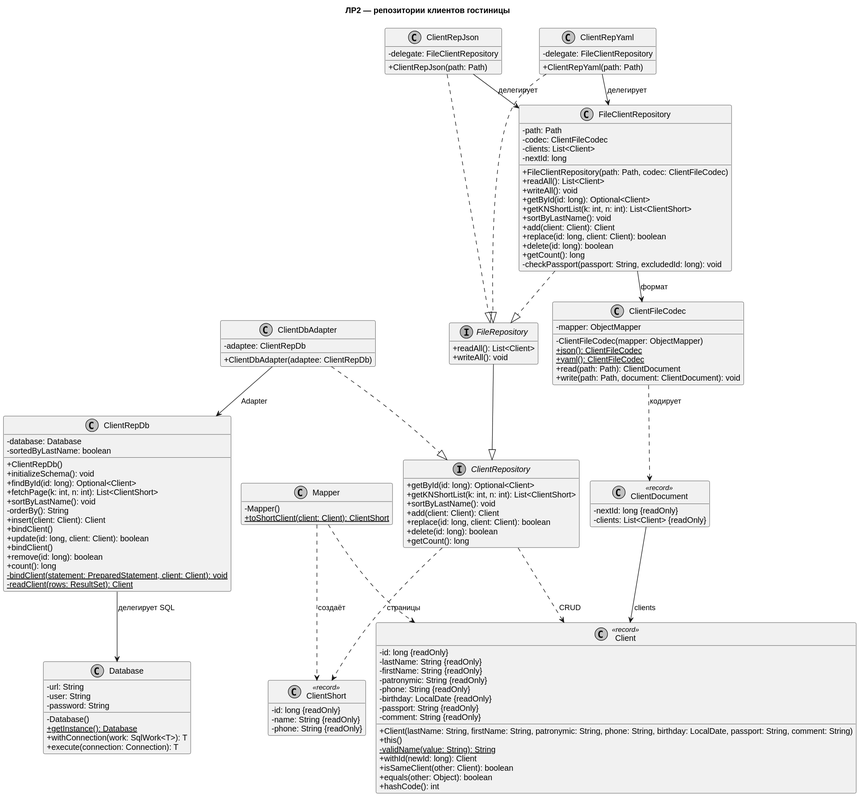
Above: лаб2/docs/class-diagram.svg in enteryourworld/information-system-design (PlantUML), before the change.
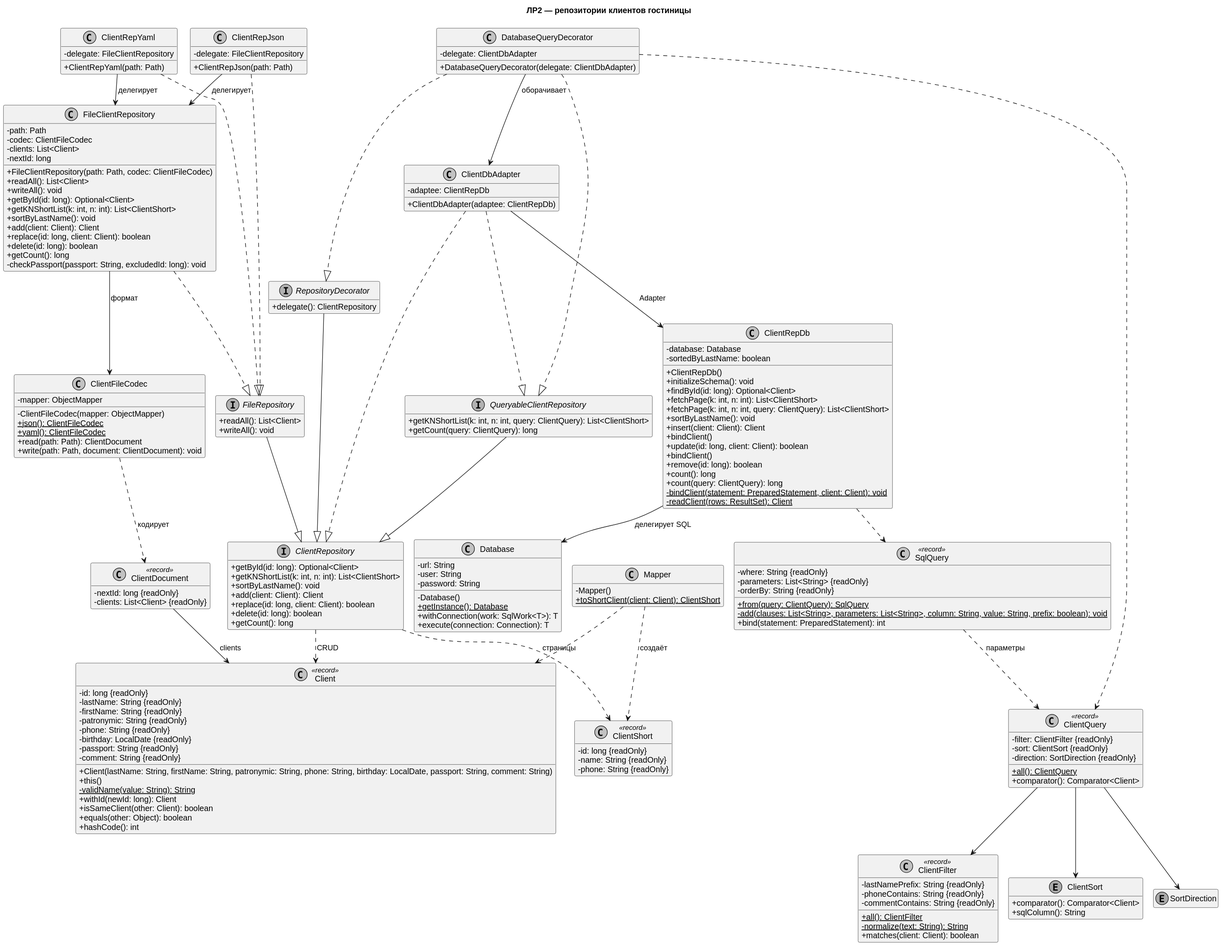
Above is the later version.

Diff of the diagram source:
```diff
@@ -44,6 +44,23 @@
   + write(path: Path, document: ClientDocument): void
 }
 
+class ClientFilter <<record>> {
+  - lastNamePrefix: String {readOnly}
+  - phoneContains: String {readOnly}
+  - commentContains: String {readOnly}
+  + {static} all(): ClientFilter
+  - {static} normalize(text: String): String
+  + matches(client: Client): boolean
+}
+
+class ClientQuery <<record>> {
+  - filter: ClientFilter {readOnly}
+  - sort: ClientSort {readOnly}
+  - direction: SortDirection {readOnly}
+  + {static} all(): ClientQuery
+  + comparator(): Comparator<Client>
+}
+
 class ClientRepDb {
   - database: Database
   - sortedByLastName: boolean
@@ -51,14 +68,15 @@
   + initializeSchema(): void
   + findById(id: long): Optional<Client>
   + fetchPage(k: int, n: int): List<ClientShort>
+  + fetchPage(k: int, n: int, query: ClientQuery): List<ClientShort>
   + sortByLastName(): void
-  - orderBy(): String
   + insert(client: Client): Client
   + bindClient()
   + update(id: long, client: Client): boolean
   + bindClient()
   + remove(id: long): boolean
   + count(): long
+  + count(query: ClientQuery): long
   - {static} bindClient(statement: PreparedStatement, client: Client): void
   - {static} readClient(rows: ResultSet): Client
 }
@@ -89,6 +107,11 @@
   - phone: String {readOnly}
 }
 
+enum ClientSort {
+  + comparator(): Comparator<Client>
+  + sqlColumn(): String
+}
+
 class Database {
   - url: String
   - user: String
@@ -97,6 +120,11 @@
   + {static} getInstance(): Database
   + withConnection(work: SqlWork<T>): T
   + execute(connection: Connection): T
+}
+
+class DatabaseQueryDecorator {
+  - delegate: ClientDbAdapter
+  + DatabaseQueryDecorator(delegate: ClientDbAdapter)
 }
 
 class FileClientRepository {
@@ -127,6 +155,27 @@
   + {static} toShortClient(client: Client): ClientShort
 }
 
+interface QueryableClientRepository {
+  + getKNShortList(k: int, n: int, query: ClientQuery): List<ClientShort>
+  + getCount(query: ClientQuery): long
+}
+
+interface RepositoryDecorator {
+  + delegate(): ClientRepository
+}
+
+enum SortDirection {
+}
+
+class SqlQuery <<record>> {
+  - where: String {readOnly}
+  - parameters: List<String> {readOnly}
+  - orderBy: String {readOnly}
+  + {static} from(query: ClientQuery): SqlQuery
+  - {static} add(clauses: List<String>, parameters: List<String>, column: String, value: String, prefix: boolean): void
+  + bind(statement: PreparedStatement): int
+}
+
 FileRepository --|> ClientRepository
 ClientRepJson ..|> FileRepository
 ClientRepYaml ..|> FileRepository
@@ -143,4 +192,16 @@
 ClientRepDb --> Database : делегирует SQL
 ClientDbAdapter ..|> ClientRepository
 ClientDbAdapter --> ClientRepDb : Adapter
+QueryableClientRepository --|> ClientRepository
+RepositoryDecorator --|> ClientRepository
+DatabaseQueryDecorator ..|> RepositoryDecorator
+DatabaseQueryDecorator ..|> QueryableClientRepository
+DatabaseQueryDecorator --> ClientDbAdapter : оборачивает
+ClientDbAdapter ..|> QueryableClientRepository
+ClientQuery --> ClientFilter
+ClientQuery --> ClientSort
+ClientQuery --> SortDirection
+SqlQuery ..> ClientQuery : параметры
+ClientRepDb ..> SqlQuery
+DatabaseQueryDecorator ..> ClientQuery
 @enduml
```
